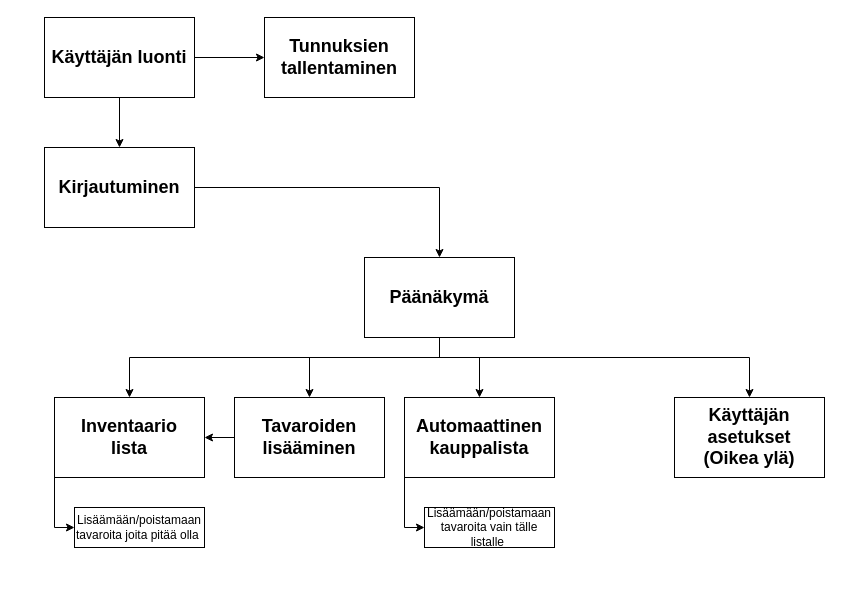
jimi22000/ProjektiCS keeps this draw.io diagram as Projekti.drawio. Above is the earlier version. Source tidied: cells renumbered, new cells numbered last; positions are measured from the earlier drawing's top-left corner, leaving out a move shared by most shapes. Both pictures are drawn from the tidied source at 100%, with x=0, y=0 at pixel (44, 17).
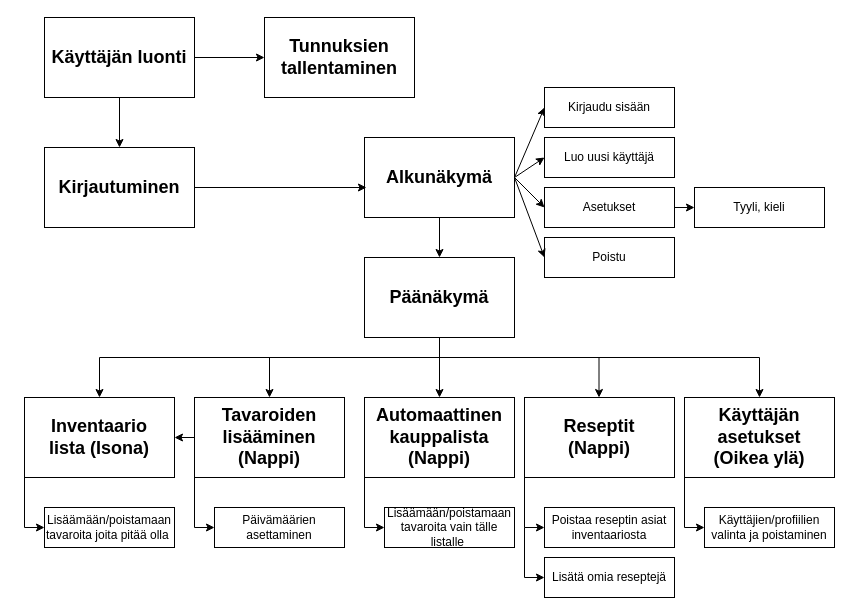
The same diagram, later.

Commit message (it also covers changes not shown here):
UML päivitys

The change refers to these unchanged cells:
```xml
<mxCell id="7" value="&lt;span style=&quot;font-size: 18px;&quot;&gt;&lt;b&gt;Päänäkymä&lt;/b&gt;&lt;/span&gt;" style="rounded=0;whiteSpace=wrap;html=1;" parent="1" vertex="1">
  <mxGeometry x="320" y="240" width="150" height="80" as="geometry" />
</mxCell>
```

The edit, as a diff of the source:
```diff
@@
     <mxCell id="9" value="&lt;span style=&quot;font-size: 18px;&quot;&gt;&lt;b&gt;Käyttäjän asetukset&lt;br&gt;(Oikea ylä)&lt;br&gt;&lt;/b&gt;&lt;/span&gt;" style="rounded=0;whiteSpace=wrap;html=1;" parent="1" vertex="1">
-      <mxGeometry x="630" y="380" width="150" height="80" as="geometry" />
+      <mxGeometry x="640" y="380" width="150" height="80" as="geometry" />
     </mxCell>
-    <mxCell id="10" value="&lt;span style=&quot;font-size: 18px;&quot;&gt;&lt;b&gt;Inventaario&lt;br&gt;lista&lt;br&gt;&lt;/b&gt;&lt;/span&gt;" style="rounded=0;whiteSpace=wrap;html=1;" parent="1" vertex="1">
-      <mxGeometry x="10" y="380" width="150" height="80" as="geometry" />
+    <mxCell id="10" value="&lt;span style=&quot;font-size: 18px;&quot;&gt;&lt;b&gt;Inventaario&lt;br&gt;lista (Isona)&lt;br&gt;&lt;/b&gt;&lt;/span&gt;" style="rounded=0;whiteSpace=wrap;html=1;" parent="1" vertex="1">
+      <mxGeometry x="-20" y="380" width="150" height="80" as="geometry" />
     </mxCell>
     <mxCell id="11" value="Lisäämään/poistamaan&lt;br&gt;tavaroita joita pitää olla&amp;nbsp;" style="rounded=0;whiteSpace=wrap;html=1;" parent="1" vertex="1">
-      <mxGeometry x="30" y="490" width="130" height="40" as="geometry" />
+      <mxGeometry y="490" width="130" height="40" as="geometry" />
     </mxCell>
     <mxCell id="12" style="endArrow=classic;html=1;rounded=0;fontSize=18;exitX=0;exitY=1;exitDx=0;exitDy=0;entryX=0;entryY=0.5;entryDx=0;entryDy=0;" parent="1" edge="1" source="10" target="11">
       <mxGeometry relative="1" as="geometry">
         <Array as="points">
-          <mxPoint x="10" y="510" />
+          <mxPoint x="-20" y="510" />
         </Array>
       </mxGeometry>
     </mxCell>
     <mxCell id="13" style="endArrow=classic;html=1;rounded=0;fontSize=18;exitX=0.5;exitY=1;exitDx=0;exitDy=0;entryX=0.5;entryY=0;entryDx=0;entryDy=0;" parent="1" edge="1" source="7" target="10">
       <mxGeometry relative="1" as="geometry">
         <Array as="points">
           <mxPoint x="395" y="340" />
-          <mxPoint x="85" y="340" />
+          <mxPoint x="55" y="340" />
         </Array>
       </mxGeometry>
     </mxCell>
     <mxCell id="14" style="endArrow=classic;html=1;rounded=0;fontSize=18;entryX=0.5;entryY=0;entryDx=0;entryDy=0;" parent="1" edge="1" target="9">
       <mxGeometry relative="1" as="geometry">
         <mxPoint x="390" y="340" as="sourcePoint" />
         <Array as="points">
-          <mxPoint x="705" y="340" />
+          <mxPoint x="715" y="340" />
         </Array>
       </mxGeometry>
     </mxCell>
-    <mxCell id="15" value="&lt;span style=&quot;font-size: 18px;&quot;&gt;&lt;b&gt;Tavaroiden lisääminen&lt;br&gt;&lt;/b&gt;&lt;/span&gt;" style="rounded=0;whiteSpace=wrap;html=1;" parent="1" vertex="1">
-      <mxGeometry x="190" y="380" width="150" height="80" as="geometry" />
+    <mxCell id="15" value="&lt;span style=&quot;font-size: 18px;&quot;&gt;&lt;b&gt;Tavaroiden lisääminen&lt;br&gt;(Nappi)&lt;br&gt;&lt;/b&gt;&lt;/span&gt;" style="rounded=0;whiteSpace=wrap;html=1;" parent="1" vertex="1">
+      <mxGeometry x="150" y="380" width="150" height="80" as="geometry" />
     </mxCell>
     <mxCell id="16" style="endArrow=classic;html=1;rounded=0;fontSize=18;entryX=0.5;entryY=0;entryDx=0;entryDy=0;" parent="1" edge="1" target="15">
       <mxGeometry relative="1" as="geometry">
-        <mxPoint x="265" y="340" as="sourcePoint" />
+        <mxPoint x="225" y="340" as="sourcePoint" />
       </mxGeometry>
     </mxCell>
@@
-    <mxCell id="18" value="&lt;span style=&quot;font-size: 18px;&quot;&gt;&lt;b&gt;Automaattinen&lt;br&gt;kauppalista&lt;br&gt;&lt;/b&gt;&lt;/span&gt;" style="rounded=0;whiteSpace=wrap;html=1;" parent="1" vertex="1">
-      <mxGeometry x="360" y="380" width="150" height="80" as="geometry" />
+    <mxCell id="18" value="&lt;span style=&quot;font-size: 18px;&quot;&gt;&lt;b&gt;Automaattinen&lt;br&gt;kauppalista&lt;br&gt;(Nappi)&lt;br&gt;&lt;/b&gt;&lt;/span&gt;" style="rounded=0;whiteSpace=wrap;html=1;" parent="1" vertex="1">
+      <mxGeometry x="320" y="380" width="150" height="80" as="geometry" />
     </mxCell>
     <mxCell id="19" value="Lisäämään/poistamaan&lt;br&gt;tavaroita vain tälle listalle&amp;nbsp;" style="rounded=0;whiteSpace=wrap;html=1;" parent="1" vertex="1">
-      <mxGeometry x="380" y="490" width="130" height="40" as="geometry" />
+      <mxGeometry x="340" y="490" width="130" height="40" as="geometry" />
     </mxCell>
     <mxCell id="20" style="endArrow=classic;html=1;rounded=0;fontSize=18;exitX=0;exitY=1;exitDx=0;exitDy=0;entryX=0;entryY=0.5;entryDx=0;entryDy=0;" parent="1" edge="1">
       <mxGeometry relative="1" as="geometry">
-        <mxPoint x="360" y="460" as="sourcePoint" />
-        <mxPoint x="380" y="510" as="targetPoint" />
+        <mxPoint x="320" y="460" as="sourcePoint" />
+        <mxPoint x="340" y="510" as="targetPoint" />
         <Array as="points">
-          <mxPoint x="360" y="510" />
+          <mxPoint x="320" y="510" />
         </Array>
       </mxGeometry>
     </mxCell>
     <mxCell id="21" style="endArrow=classic;html=1;rounded=0;fontSize=18;entryX=0.5;entryY=0;entryDx=0;entryDy=0;" parent="1" edge="1" target="18">
       <mxGeometry relative="1" as="geometry">
-        <mxPoint x="435" y="340" as="sourcePoint" />
+        <mxPoint x="395" y="340" as="sourcePoint" />
       </mxGeometry>
     </mxCell>
+    <mxCell id="22" value="Päivämäärien asettaminen" style="rounded=0;whiteSpace=wrap;html=1;" parent="1" vertex="1">
+      <mxGeometry x="170" y="490" width="130" height="40" as="geometry" />
+    </mxCell>
+    <mxCell id="23" style="endArrow=classic;html=1;rounded=0;fontSize=18;exitX=0;exitY=1;exitDx=0;exitDy=0;entryX=0;entryY=0.5;entryDx=0;entryDy=0;" parent="1" edge="1">
+      <mxGeometry relative="1" as="geometry">
+        <mxPoint x="150" y="460" as="sourcePoint" />
+        <mxPoint x="170" y="510" as="targetPoint" />
+        <Array as="points">
+          <mxPoint x="150" y="510" />
+        </Array>
+      </mxGeometry>
+    </mxCell>
+    <mxCell id="24" value="&lt;font style=&quot;font-size: 18px;&quot;&gt;&lt;b&gt;Reseptit&lt;/b&gt;&lt;/font&gt;&lt;br&gt;&lt;b style=&quot;border-color: var(--border-color); font-size: 18px;&quot;&gt;(Nappi)&lt;/b&gt;&lt;span style=&quot;font-size: 18px;&quot;&gt;&lt;b&gt;&lt;br&gt;&lt;/b&gt;&lt;/span&gt;" style="rounded=0;whiteSpace=wrap;html=1;" parent="1" vertex="1">
+      <mxGeometry x="480" y="380" width="150" height="80" as="geometry" />
+    </mxCell>
+    <mxCell id="25" style="endArrow=classic;html=1;rounded=0;fontSize=18;entryX=0.5;entryY=0;entryDx=0;entryDy=0;" parent="1" edge="1">
+      <mxGeometry relative="1" as="geometry">
+        <mxPoint x="554.5" y="340" as="sourcePoint" />
+        <mxPoint x="554.5" y="380" as="targetPoint" />
+      </mxGeometry>
+    </mxCell>
+    <mxCell id="26" value="Poistaa reseptin asiat&lt;br&gt;inventaariosta" style="rounded=0;whiteSpace=wrap;html=1;" parent="1" vertex="1">
+      <mxGeometry x="500" y="490" width="130" height="40" as="geometry" />
+    </mxCell>
+    <mxCell id="27" style="endArrow=classic;html=1;rounded=0;fontSize=18;exitX=0;exitY=1;exitDx=0;exitDy=0;entryX=0;entryY=0.5;entryDx=0;entryDy=0;" parent="1" edge="1">
+      <mxGeometry relative="1" as="geometry">
+        <mxPoint x="480" y="460" as="sourcePoint" />
+        <mxPoint x="500" y="510" as="targetPoint" />
+        <Array as="points">
+          <mxPoint x="480" y="510" />
+        </Array>
+      </mxGeometry>
+    </mxCell>
+    <mxCell id="28" value="Lisätä omia reseptejä" style="rounded=0;whiteSpace=wrap;html=1;" parent="1" vertex="1">
+      <mxGeometry x="500" y="540" width="130" height="40" as="geometry" />
+    </mxCell>
+    <mxCell id="29" style="endArrow=classic;html=1;rounded=0;fontSize=18;exitX=0;exitY=1;exitDx=0;exitDy=0;entryX=0;entryY=0.5;entryDx=0;entryDy=0;" parent="1" edge="1">
+      <mxGeometry relative="1" as="geometry">
+        <mxPoint x="480" y="510" as="sourcePoint" />
+        <mxPoint x="500" y="560" as="targetPoint" />
+        <Array as="points">
+          <mxPoint x="480" y="560" />
+        </Array>
+      </mxGeometry>
+    </mxCell>
+    <mxCell id="30" value="Käyttäjien/profiilien valinta ja poistaminen" style="rounded=0;whiteSpace=wrap;html=1;" parent="1" vertex="1">
+      <mxGeometry x="660" y="490" width="130" height="40" as="geometry" />
+    </mxCell>
+    <mxCell id="31" style="endArrow=classic;html=1;rounded=0;fontSize=18;exitX=0;exitY=1;exitDx=0;exitDy=0;entryX=0;entryY=0.5;entryDx=0;entryDy=0;" parent="1" edge="1">
+      <mxGeometry relative="1" as="geometry">
+        <mxPoint x="640" y="460" as="sourcePoint" />
+        <mxPoint x="660" y="510" as="targetPoint" />
+        <Array as="points">
+          <mxPoint x="640" y="510" />
+        </Array>
+      </mxGeometry>
+    </mxCell>
+    <mxCell id="32" value="&lt;span style=&quot;font-size: 18px;&quot;&gt;&lt;b&gt;Alkunäkymä&lt;/b&gt;&lt;/span&gt;" style="rounded=0;whiteSpace=wrap;html=1;" parent="1" vertex="1">
+      <mxGeometry x="320" y="120" width="150" height="80" as="geometry" />
+    </mxCell>
+    <mxCell id="33" value="Kirjaudu sisään" style="rounded=0;whiteSpace=wrap;html=1;" parent="1" vertex="1">
+      <mxGeometry x="500" y="70" width="130" height="40" as="geometry" />
+    </mxCell>
+    <mxCell id="34" value="Luo uusi käyttäjä" style="rounded=0;whiteSpace=wrap;html=1;" parent="1" vertex="1">
+      <mxGeometry x="500" y="120" width="130" height="40" as="geometry" />
+    </mxCell>
+    <mxCell id="35" value="Asetukset" style="rounded=0;whiteSpace=wrap;html=1;" parent="1" vertex="1">
+      <mxGeometry x="500" y="170" width="130" height="40" as="geometry" />
+    </mxCell>
+    <mxCell id="36" value="Poistu" style="rounded=0;whiteSpace=wrap;html=1;" parent="1" vertex="1">
+      <mxGeometry x="500" y="220" width="130" height="40" as="geometry" />
+    </mxCell>
+    <mxCell id="37" value="Tyyli, kieli" style="rounded=0;whiteSpace=wrap;html=1;" parent="1" vertex="1">
+      <mxGeometry x="650" y="170" width="130" height="40" as="geometry" />
+    </mxCell>
+    <mxCell id="38" style="endArrow=classic;html=1;rounded=0;exitX=1;exitY=0.5;exitDx=0;exitDy=0;entryX=0;entryY=0.5;entryDx=0;entryDy=0;" parent="1" edge="1" source="32" target="35">
+      <mxGeometry relative="1" as="geometry" />
+    </mxCell>
+    <mxCell id="39" style="endArrow=classic;html=1;rounded=0;entryX=0.013;entryY=0.625;entryDx=0;entryDy=0;entryPerimeter=0;" parent="1" edge="1" target="32">
+      <mxGeometry relative="1" as="geometry">
+        <mxPoint x="240" y="170" as="sourcePoint" />
+      </mxGeometry>
+    </mxCell>
+    <mxCell id="40" style="endArrow=classic;html=1;rounded=0;exitX=1;exitY=0.5;exitDx=0;exitDy=0;" parent="1" edge="1" source="32">
+      <mxGeometry relative="1" as="geometry">
+        <mxPoint x="500" y="240" as="targetPoint" />
+      </mxGeometry>
+    </mxCell>
+    <mxCell id="41" style="endArrow=classic;html=1;rounded=0;exitX=1;exitY=0.5;exitDx=0;exitDy=0;" parent="1" edge="1" source="32">
+      <mxGeometry relative="1" as="geometry">
+        <mxPoint x="500" y="90" as="targetPoint" />
+      </mxGeometry>
+    </mxCell>
+    <mxCell id="42" style="endArrow=classic;html=1;rounded=0;exitX=1;exitY=0.5;exitDx=0;exitDy=0;" parent="1" edge="1" source="32">
+      <mxGeometry relative="1" as="geometry">
+        <mxPoint x="500" y="140" as="targetPoint" />
+      </mxGeometry>
+    </mxCell>
+    <mxCell id="43" style="endArrow=classic;html=1;rounded=0;exitX=1;exitY=0.5;exitDx=0;exitDy=0;" parent="1" edge="1" source="35">
+      <mxGeometry relative="1" as="geometry">
+        <mxPoint x="650" y="190" as="targetPoint" />
+      </mxGeometry>
+    </mxCell>
```
